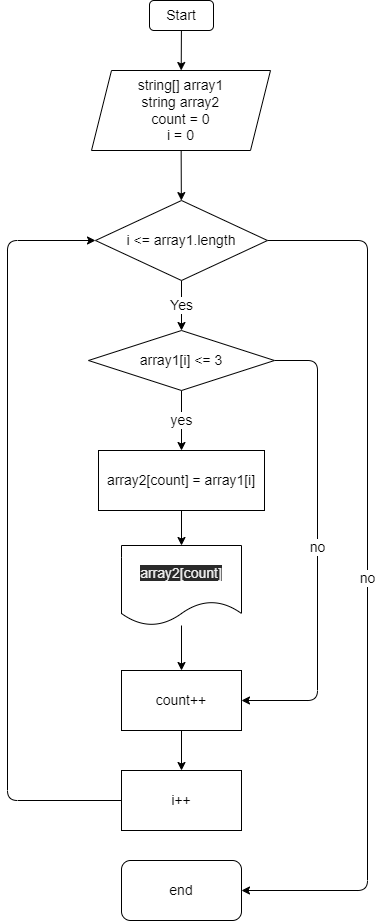
leonidsanov/blockResults keeps this draw.io diagram as task/task.drawio.png. Above is the earlier version. Source tidied: cells renumbered, new cells last; positions are measured from the earlier drawing's top-left corner, leaving out a move shared by most shapes.
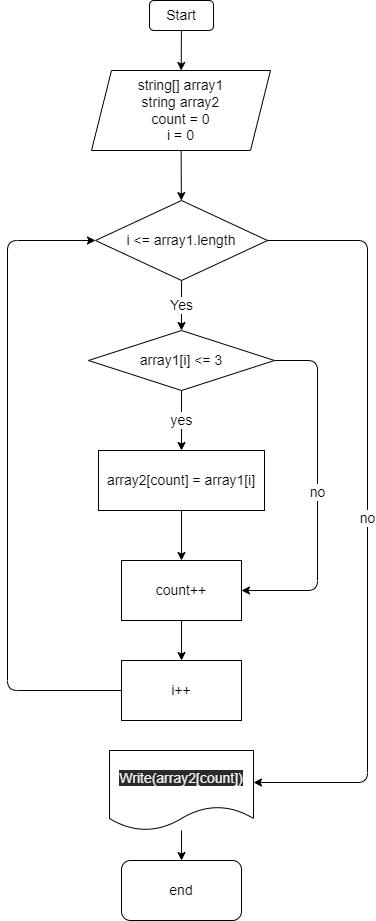
After the change.

What changed in the source:
```diff
@@ -17,11 +17,11 @@
     <mxCell id="6" value="Yes" style="edgeStyle=none;html=1;fontSize=14;entryX=0.5;entryY=0;entryDx=0;entryDy=0;" parent="1" edge="1" source="8" target="11">
       <mxGeometry relative="1" as="geometry" />
     </mxCell>
-    <mxCell id="7" value="no" style="edgeStyle=none;html=1;exitX=1;exitY=0.5;exitDx=0;exitDy=0;entryX=1;entryY=0.5;entryDx=0;entryDy=0;fontSize=14;" parent="1" edge="1" source="8" target="19">
+    <mxCell id="7" value="no" style="edgeStyle=none;html=1;exitX=1;exitY=0.5;exitDx=0;exitDy=0;entryX=1;entryY=0.4;entryDx=0;entryDy=0;fontSize=14;entryPerimeter=0;" parent="1" edge="1" source="8" target="23">
       <mxGeometry relative="1" as="geometry">
         <Array as="points">
           <mxPoint x="360" y="240" />
-          <mxPoint x="360" y="890" />
+          <mxPoint x="360" y="782" />
         </Array>
       </mxGeometry>
     </mxCell>
@@ -35,29 +35,23 @@
       <mxGeometry relative="1" as="geometry">
         <Array as="points">
           <mxPoint x="310" y="360" />
-          <mxPoint x="310" y="700" />
+          <mxPoint x="310" y="590" />
         </Array>
       </mxGeometry>
     </mxCell>
     <mxCell id="11" value="array1[i] &amp;lt;= 3" style="rhombus;whiteSpace=wrap;html=1;fontSize=14;" parent="1" vertex="1">
       <mxGeometry x="81" y="330" width="186" height="60" as="geometry" />
     </mxCell>
-    <mxCell id="12" style="edgeStyle=none;html=1;fontSize=14;" parent="1" edge="1" source="13" target="15">
-      <mxGeometry relative="1" as="geometry" />
-    </mxCell>
+    <mxCell id="21" style="edgeStyle=none;html=1;fontSize=14;" parent="1" edge="1" source="13" target="18">
+      <mxGeometry relative="1" as="geometry" />
+    </mxCell>
     <mxCell id="13" value="array2[count] = array1[i]" style="whiteSpace=wrap;html=1;fontSize=14;" parent="1" vertex="1">
       <mxGeometry x="91" y="450" width="166" height="60" as="geometry" />
     </mxCell>
-    <mxCell id="14" style="edgeStyle=none;html=1;fontSize=14;" parent="1" edge="1" source="15" target="18">
-      <mxGeometry relative="1" as="geometry" />
-    </mxCell>
-    <mxCell id="15" value="&#10;&#10;&lt;span style=&quot;color: rgb(240, 240, 240); font-family: helvetica; font-size: 14px; font-style: normal; font-weight: 400; letter-spacing: normal; text-align: center; text-indent: 0px; text-transform: none; word-spacing: 0px; background-color: rgb(42, 42, 42); display: inline; float: none;&quot;&gt;array2[count]&lt;/span&gt;&#10;&#10;" style="shape=document;whiteSpace=wrap;html=1;boundedLbl=1;fontSize=14;" parent="1" vertex="1">
-      <mxGeometry x="114" y="545" width="120" height="80" as="geometry" />
-    </mxCell>
     <mxCell id="16" style="edgeStyle=none;html=1;exitX=0;exitY=0.5;exitDx=0;exitDy=0;entryX=0;entryY=0.5;entryDx=0;entryDy=0;fontSize=14;" parent="1" edge="1" source="20" target="8">
       <mxGeometry relative="1" as="geometry">
         <Array as="points">
-          <mxPoint y="800" />
+          <mxPoint y="690" />
           <mxPoint y="240" />
         </Array>
       </mxGeometry>
@@ -66,13 +60,19 @@
       <mxGeometry relative="1" as="geometry" />
     </mxCell>
     <mxCell id="18" value="&lt;span&gt;count++&lt;/span&gt;" style="whiteSpace=wrap;html=1;fontSize=14;" parent="1" vertex="1">
-      <mxGeometry x="114" y="670" width="120" height="60" as="geometry" />
+      <mxGeometry x="114" y="560" width="120" height="60" as="geometry" />
     </mxCell>
     <mxCell id="19" value="end" style="rounded=1;whiteSpace=wrap;html=1;fontSize=14;" parent="1" vertex="1">
       <mxGeometry x="114" y="860" width="120" height="60" as="geometry" />
     </mxCell>
     <mxCell id="20" value="i++" style="whiteSpace=wrap;html=1;fontSize=14;" parent="1" vertex="1">
-      <mxGeometry x="114" y="770" width="120" height="60" as="geometry" />
+      <mxGeometry x="114" y="660" width="120" height="60" as="geometry" />
     </mxCell>
+    <mxCell id="22" style="edgeStyle=none;html=1;fontSize=14;" parent="1" edge="1" source="23" target="19">
+      <mxGeometry relative="1" as="geometry" />
+    </mxCell>
+    <mxCell id="23" value="&lt;span style=&quot;color: rgb(240 , 240 , 240) ; font-family: &amp;#34;helvetica&amp;#34; ; font-size: 14px ; font-style: normal ; font-weight: 400 ; letter-spacing: normal ; text-align: center ; text-indent: 0px ; text-transform: none ; word-spacing: 0px ; background-color: rgb(42 , 42 , 42) ; display: inline ; float: none&quot;&gt;Write(array2[count])&lt;/span&gt;&lt;br&gt;" style="shape=document;whiteSpace=wrap;html=1;boundedLbl=1;fontSize=14;" parent="1" vertex="1">
+      <mxGeometry x="102" y="750" width="144" height="80" as="geometry" />
+    </mxCell>
   </root>
 </mxGraphModel>
```
